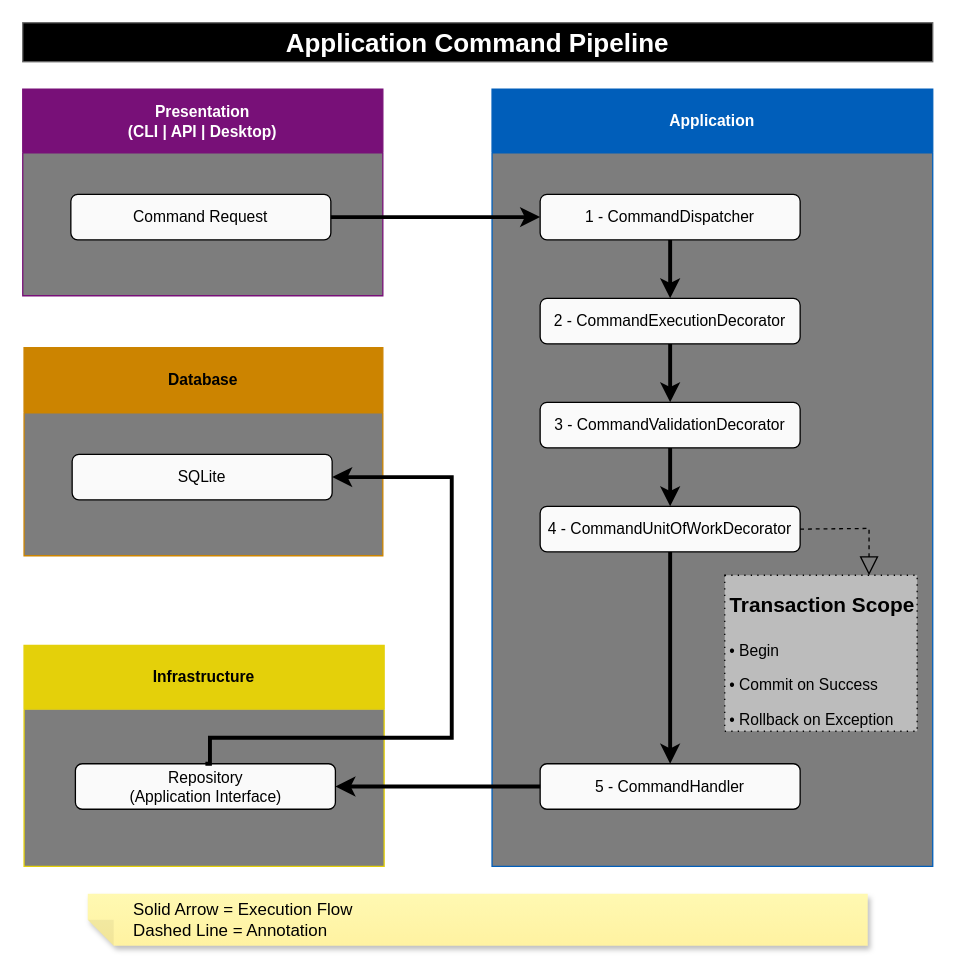
Earlier version of the draw.io diagram docs/application/application-command-pipeline.drawio (sergio-lopes-developer/whoami). Source tidied: cells renumbered, new cells numbered last; positions are measured from the earlier drawing's top-left corner, leaving out a move shared by most shapes. Both pictures are drawn from the tidied source at 130%, with x=0, y=0 at pixel (22, 22).
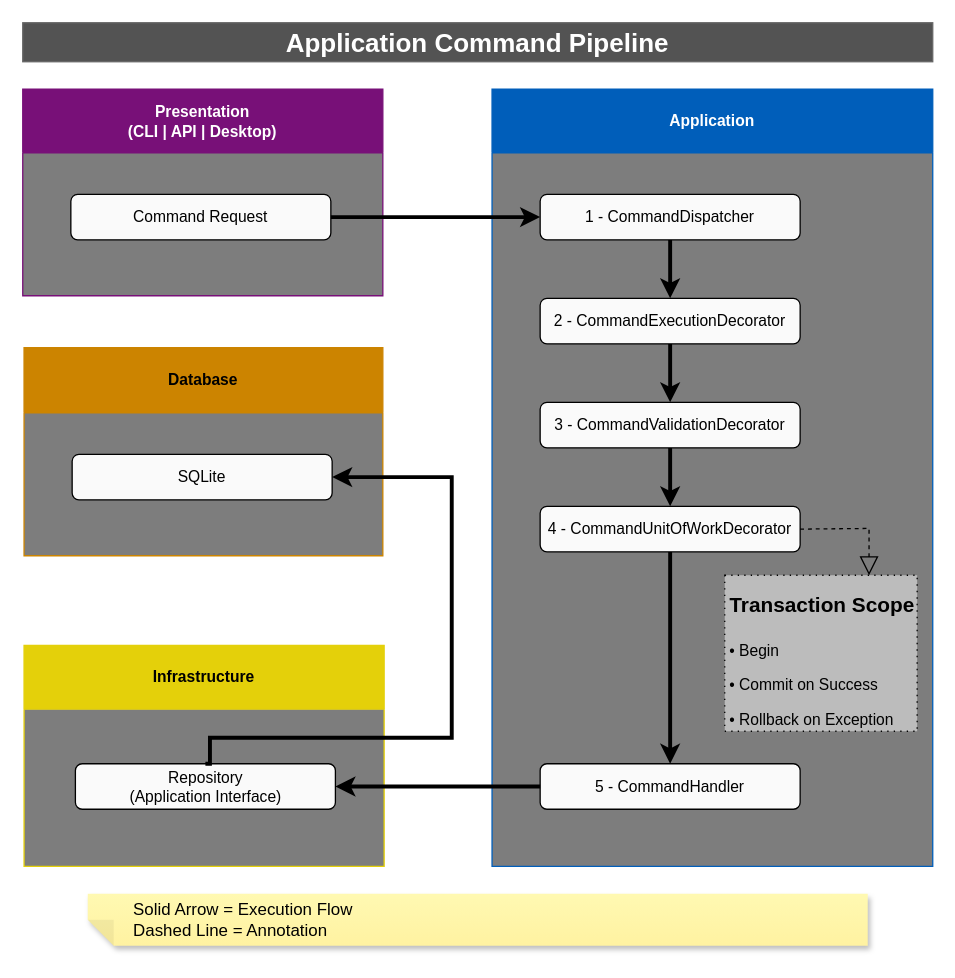
The same page after the edit.

Commit message (it also covers changes not shown here):
docs: remove diagram title background gradients

Diff of the diagram source:
```diff
@@
-    <mxCell id="20" value="&lt;font style=&quot;color: light-dark(rgb(255, 255, 255), rgb(255, 255, 255));&quot;&gt;Application Command Pipeline&lt;/font&gt;" style="text;html=1;whiteSpace=wrap;strokeColor=#666666;fillColor=#f5f5f5;align=center;verticalAlign=middle;rounded=0;fontSize=20;fontStyle=1;fillStyle=solid;gradientColor=light-dark(#535353,#535353);fontColor=light-dark(#FFFFFF,#FFFFFF);" parent="1" vertex="1">
+    <mxCell id="20" value="&lt;font style=&quot;color: light-dark(rgb(255, 255, 255), rgb(255, 255, 255));&quot;&gt;Application Command Pipeline&lt;/font&gt;" style="text;html=1;whiteSpace=wrap;strokeColor=#666666;fillColor=light-dark(#535353,#535353);align=center;verticalAlign=middle;rounded=0;fontSize=20;fontStyle=1;fillStyle=solid;gradientColor=none;fontColor=light-dark(#FFFFFF,#FFFFFF);gradientDirection=radial;" parent="1" vertex="1">
       <mxGeometry width="700" height="30" as="geometry" />
     </mxCell>
```
